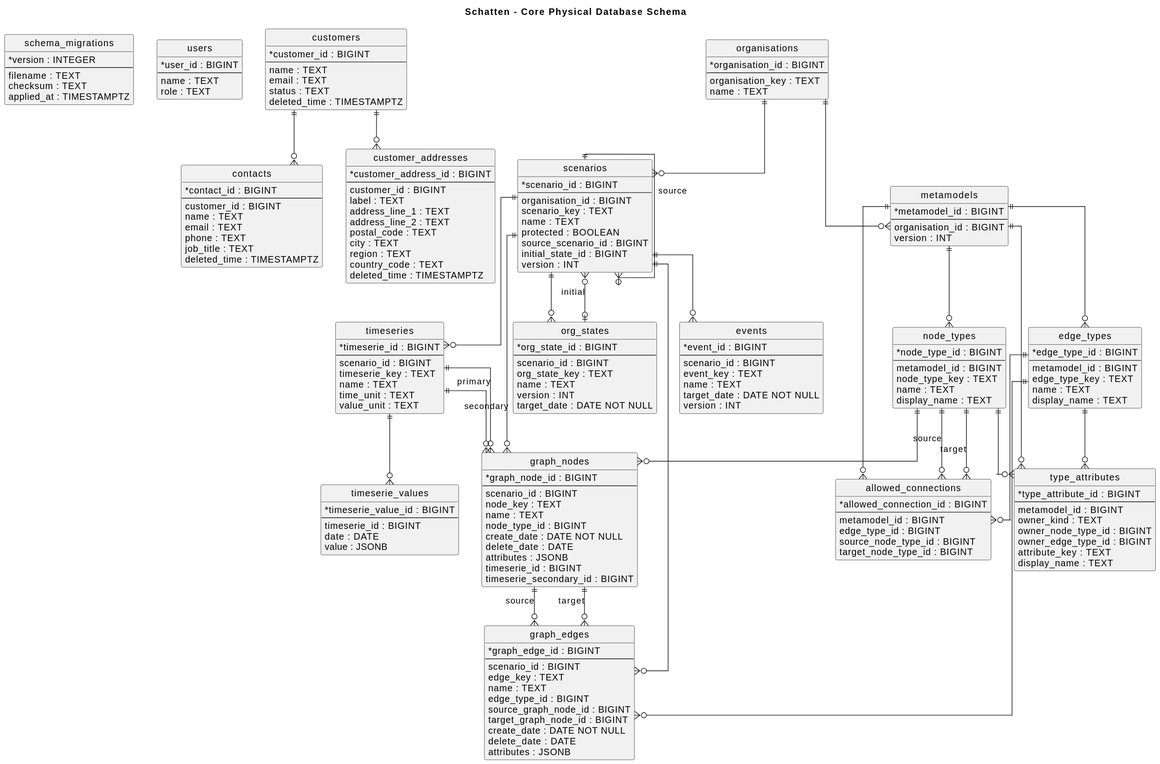
The PlantUML diagram docs/diagrams/generated/db-physical-schema.svg in lupaus-eu/shadow, before a commit.
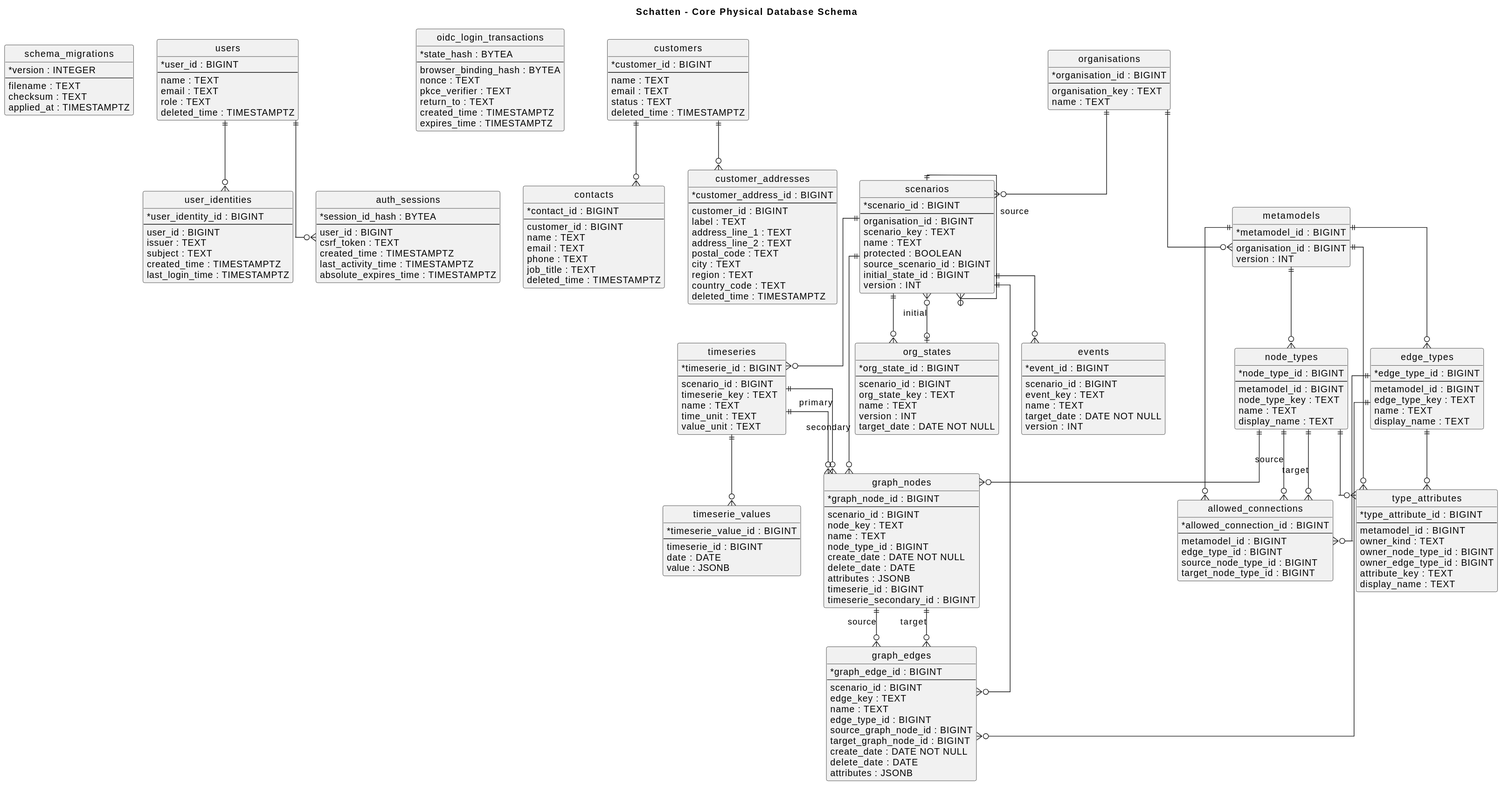
After the change.

Change to the diagram source:
```diff
@@ -17,7 +17,40 @@
   * user_id : BIGINT
   --
   name : TEXT
+  email : TEXT
   role : TEXT
+  deleted_time : TIMESTAMPTZ
+}
+
+entity "user_identities" as user_identities {
+  * user_identity_id : BIGINT
+  --
+  user_id : BIGINT
+  issuer : TEXT
+  subject : TEXT
+  created_time : TIMESTAMPTZ
+  last_login_time : TIMESTAMPTZ
+}
+
+entity "oidc_login_transactions" as oidc_login_transactions {
+  * state_hash : BYTEA
+  --
+  browser_binding_hash : BYTEA
+  nonce : TEXT
+  pkce_verifier : TEXT
+  return_to : TEXT
+  created_time : TIMESTAMPTZ
+  expires_time : TIMESTAMPTZ
+}
+
+entity "auth_sessions" as auth_sessions {
+  * session_id_hash : BYTEA
+  --
+  user_id : BIGINT
+  csrf_token : TEXT
+  created_time : TIMESTAMPTZ
+  last_activity_time : TIMESTAMPTZ
+  absolute_expires_time : TIMESTAMPTZ
 }
 
 entity "customers" as customers {
@@ -185,6 +218,8 @@
 }
 
 organisations ||--o{ scenarios
+users ||--o{ user_identities
+users ||--o{ auth_sessions
 organisations ||--o{ metamodels
 customers ||--o{ contacts
 customers ||--o{ customer_addresses
```
